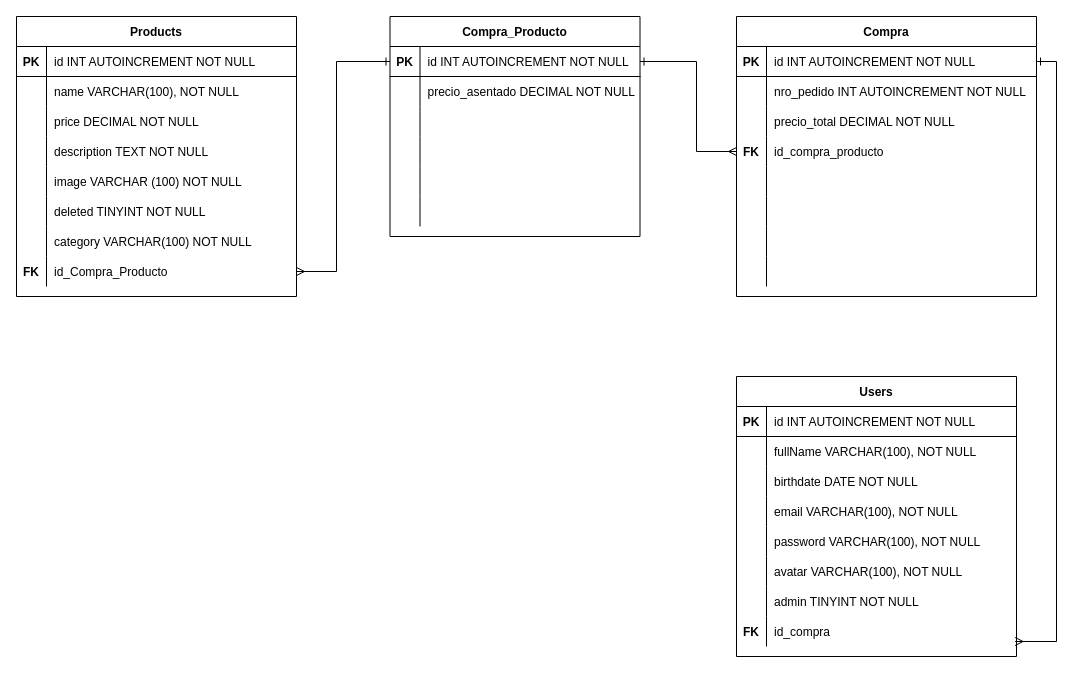
The draw.io diagram .drawio in 0621CDFSNCN12LAED/grupo-07, before the edit. Source tidied: cells renumbered, new cells numbered last; positions are measured from the earlier drawing's top-left corner, leaving out a move shared by most shapes. Both pictures are drawn from the tidied source at 100%, with x=0, y=0 at pixel (16, 16).
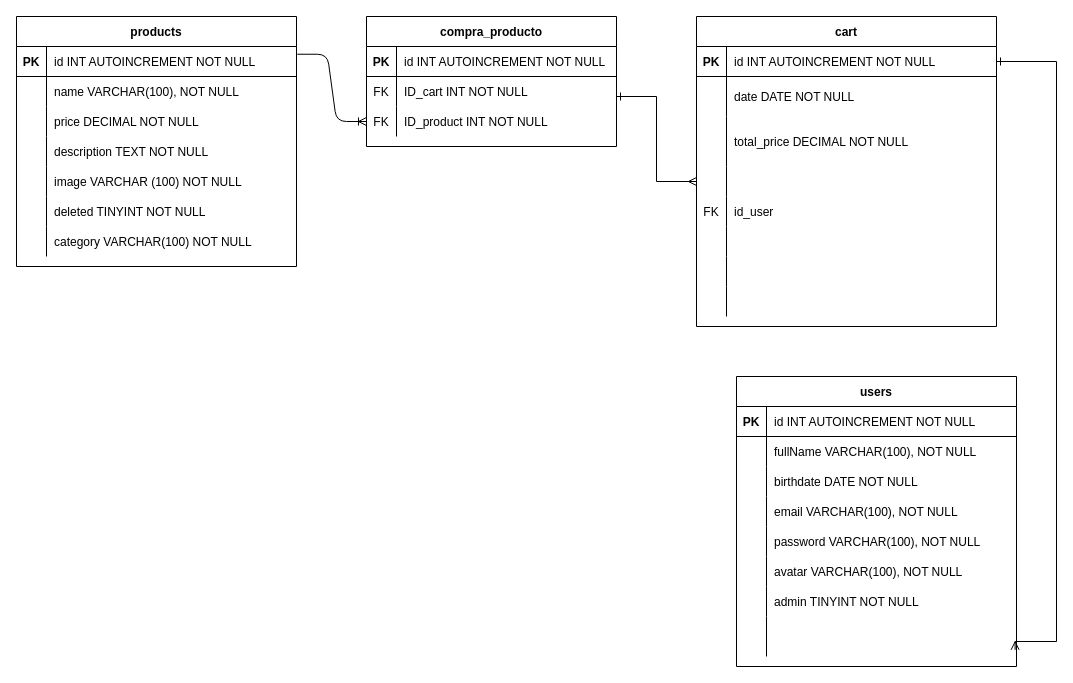
Above is the later version.

Unchanged cells that the change refers to:
```xml
<mxCell id="30" style="shape=partialRectangle;fillColor=none;top=0;left=0;bottom=1;right=0;points=[[0,0.5],[1,0.5]];portConstraint=eastwest;" parent="29" vertex="1">
  <mxGeometry y="30" width="280" height="30" as="geometry" />
</mxCell>
<mxCell id="80" style="shape=partialRectangle;fillColor=none;top=0;left=0;bottom=1;right=0;points=[[0,0.5],[1,0.5]];portConstraint=eastwest;" parent="79" vertex="1">
  <mxGeometry y="30" width="250" height="30" as="geometry" />
</mxCell>
```

Change to the diagram source:
```diff
@@
-    <mxCell id="3" value="Users" style="shape=table;startSize=30;childLayout=tableLayout;rowLines=0;fontStyle=1;align=center;" parent="1" vertex="1">
-      <mxGeometry x="720" y="360" width="280" height="280" as="geometry" />
+    <mxCell id="3" value="users" style="shape=table;startSize=30;childLayout=tableLayout;rowLines=0;fontStyle=1;align=center;" parent="1" vertex="1">
+      <mxGeometry x="720" y="360" width="280" height="290" as="geometry" />
     </mxCell>
@@
     <mxCell id="25" style="shape=partialRectangle;fillColor=none;top=0;left=0;bottom=0;right=0;points=[[0,0.5],[1,0.5]];portConstraint=eastwest;" parent="3" vertex="1">
-      <mxGeometry y="240" width="280" height="30" as="geometry" />
+      <mxGeometry y="240" width="280" height="40" as="geometry" />
     </mxCell>
-    <mxCell id="26" value="FK" style="shape=partialRectangle;fillColor=none;top=0;left=0;bottom=0;right=0;overflow=hidden;fontStyle=1;" parent="25" vertex="1">
-      <mxGeometry width="30" height="30" as="geometry" />
+    <mxCell id="26" style="shape=partialRectangle;fillColor=none;top=0;left=0;bottom=0;right=0;overflow=hidden;fontStyle=1;" parent="25" vertex="1">
+      <mxGeometry width="30" height="40" as="geometry" />
     </mxCell>
-    <mxCell id="27" value="id_compra" style="shape=partialRectangle;fillColor=none;top=0;left=0;bottom=0;right=0;align=left;spacingLeft=6;overflow=hidden;" parent="25" vertex="1">
-      <mxGeometry x="30" width="250" height="30" as="geometry" />
+    <mxCell id="27" style="shape=partialRectangle;fillColor=none;top=0;left=0;bottom=0;right=0;align=left;spacingLeft=6;overflow=hidden;" parent="25" vertex="1">
+      <mxGeometry x="30" width="250" height="40" as="geometry" />
     </mxCell>
-    <mxCell id="28" style="edgeStyle=orthogonalEdgeStyle;rounded=0;jettySize=auto;html=1;startArrow=ERmany;startFill=0;endArrow=ERone;endFill=0;exitX=1;exitY=0.5;exitDx=0;exitDy=0;entryX=0;entryY=0.5;entryDx=0;entryDy=0;" parent="1" edge="1" source="51" target="80">
+    <mxCell id="28" style="edgeStyle=orthogonalEdgeStyle;rounded=0;jettySize=auto;html=1;startArrow=ERmany;startFill=0;endArrow=ERone;endFill=0;exitX=1;exitY=0.5;exitDx=0;exitDy=0;entryX=0;entryY=0.5;entryDx=0;entryDy=0;" parent="1" edge="1" target="80">
       <mxGeometry relative="1" as="geometry">
         <Array as="points">
           <mxPoint x="320" y="255" />
           <mxPoint x="320" y="45" />
         </Array>
       </mxGeometry>
     </mxCell>
-    <mxCell id="29" value="Products" style="shape=table;startSize=30;childLayout=tableLayout;rowLines=0;fontStyle=1;align=center;" parent="1" vertex="1">
-      <mxGeometry width="280" height="280" as="geometry" />
+    <mxCell id="29" value="products" style="shape=table;startSize=30;childLayout=tableLayout;rowLines=0;fontStyle=1;align=center;" parent="1" vertex="1">
+      <mxGeometry width="280" height="250" as="geometry" />
     </mxCell>
@@
-    <mxCell id="51" style="shape=partialRectangle;fillColor=none;top=0;left=0;bottom=0;right=0;points=[[0,0.5],[1,0.5]];portConstraint=eastwest;" parent="29" vertex="1">
-      <mxGeometry y="240" width="280" height="30" as="geometry" />
-    </mxCell>
-    <mxCell id="52" value="FK" style="shape=partialRectangle;fillColor=none;top=0;left=0;bottom=0;right=0;overflow=hidden;fontStyle=1;" parent="51" vertex="1">
-      <mxGeometry width="30" height="30" as="geometry" />
-    </mxCell>
-    <mxCell id="53" value="id_Compra_Producto" style="shape=partialRectangle;fillColor=none;top=0;left=0;bottom=0;right=0;align=left;spacingLeft=6;overflow=hidden;" parent="51" vertex="1">
-      <mxGeometry x="30" width="250" height="30" as="geometry" />
-    </mxCell>
-    <mxCell id="54" value="Compra" style="shape=table;startSize=30;childLayout=tableLayout;rowLines=0;fontStyle=1;align=center;" parent="1" vertex="1">
-      <mxGeometry x="720" width="300" height="280" as="geometry" />
+    <mxCell id="54" value="cart" style="shape=table;startSize=30;childLayout=tableLayout;rowLines=0;fontStyle=1;align=center;" parent="1" vertex="1">
+      <mxGeometry x="680" width="300" height="310" as="geometry" />
     </mxCell>
@@
     <mxCell id="58" style="shape=partialRectangle;fillColor=none;top=0;left=0;bottom=0;right=0;" parent="54" vertex="1">
-      <mxGeometry y="60" width="300" height="30" as="geometry" />
+      <mxGeometry y="60" width="300" height="40" as="geometry" />
     </mxCell>
     <mxCell id="59" style="shape=partialRectangle;fillColor=none;top=0;left=0;bottom=0;right=0;overflow=hidden;" parent="58" vertex="1">
-      <mxGeometry width="30" height="30" as="geometry" />
+      <mxGeometry width="30" height="40" as="geometry" />
     </mxCell>
-    <mxCell id="60" value="nro_pedido INT AUTOINCREMENT NOT NULL" style="shape=partialRectangle;fillColor=none;top=0;left=0;bottom=0;right=0;align=left;spacingLeft=6;overflow=hidden;" parent="58" vertex="1">
-      <mxGeometry x="30" width="270" height="30" as="geometry" />
+    <mxCell id="60" value="date DATE NOT NULL" style="shape=partialRectangle;fillColor=none;top=0;left=0;bottom=0;right=0;align=left;spacingLeft=6;overflow=hidden;" parent="58" vertex="1">
+      <mxGeometry x="30" width="270" height="40" as="geometry" />
     </mxCell>
     <mxCell id="61" style="shape=partialRectangle;fillColor=none;top=0;left=0;bottom=0;right=0;" parent="54" vertex="1">
-      <mxGeometry y="90" width="300" height="30" as="geometry" />
+      <mxGeometry y="100" width="300" height="50" as="geometry" />
     </mxCell>
     <mxCell id="62" style="shape=partialRectangle;fillColor=none;top=0;left=0;bottom=0;right=0;overflow=hidden;" parent="61" vertex="1">
-      <mxGeometry width="30" height="30" as="geometry" />
+      <mxGeometry width="30" height="50" as="geometry" />
     </mxCell>
-    <mxCell id="63" value="precio_total DECIMAL NOT NULL" style="shape=partialRectangle;fillColor=none;top=0;left=0;bottom=0;right=0;align=left;spacingLeft=6;overflow=hidden;" parent="61" vertex="1">
-      <mxGeometry x="30" width="270" height="30" as="geometry" />
+    <mxCell id="63" value="total_price DECIMAL NOT NULL" style="shape=partialRectangle;fillColor=none;top=0;left=0;bottom=0;right=0;align=left;spacingLeft=6;overflow=hidden;" parent="61" vertex="1">
+      <mxGeometry x="30" width="270" height="50" as="geometry" />
     </mxCell>
     <mxCell id="64" style="shape=partialRectangle;fillColor=none;top=0;left=0;bottom=0;right=0;points=[[0,0.5],[1,0.5]];portConstraint=eastwest;" parent="54" vertex="1">
-      <mxGeometry y="120" width="300" height="30" as="geometry" />
+      <mxGeometry y="150" width="300" height="30" as="geometry" />
     </mxCell>
-    <mxCell id="65" value="FK" style="shape=partialRectangle;fillColor=none;top=0;left=0;bottom=0;right=0;overflow=hidden;fontStyle=1;" parent="64" vertex="1">
+    <mxCell id="65" style="shape=partialRectangle;fillColor=none;top=0;left=0;bottom=0;right=0;overflow=hidden;fontStyle=1;" parent="64" vertex="1">
       <mxGeometry width="30" height="30" as="geometry" />
     </mxCell>
-    <mxCell id="66" value="id_compra_producto" style="shape=partialRectangle;fillColor=none;top=0;left=0;bottom=0;right=0;align=left;spacingLeft=6;overflow=hidden;" parent="64" vertex="1">
+    <mxCell id="66" style="shape=partialRectangle;fillColor=none;top=0;left=0;bottom=0;right=0;align=left;spacingLeft=6;overflow=hidden;" parent="64" vertex="1">
       <mxGeometry x="30" width="270" height="30" as="geometry" />
     </mxCell>
     <mxCell id="67" style="shape=partialRectangle;fillColor=none;top=0;left=0;bottom=0;right=0;" parent="54" vertex="1">
-      <mxGeometry y="150" width="300" height="30" as="geometry" />
+      <mxGeometry y="180" width="300" height="30" as="geometry" />
     </mxCell>
-    <mxCell id="68" style="shape=partialRectangle;fillColor=none;top=0;left=0;bottom=0;right=0;overflow=hidden;" parent="67" vertex="1">
+    <mxCell id="68" value="FK" style="shape=partialRectangle;fillColor=none;top=0;left=0;bottom=0;right=0;overflow=hidden;" parent="67" vertex="1">
       <mxGeometry width="30" height="30" as="geometry" />
     </mxCell>
-    <mxCell id="69" style="shape=partialRectangle;fillColor=none;top=0;left=0;bottom=0;right=0;align=left;spacingLeft=6;overflow=hidden;" parent="67" vertex="1">
+    <mxCell id="69" value="id_user" style="shape=partialRectangle;fillColor=none;top=0;left=0;bottom=0;right=0;align=left;spacingLeft=6;overflow=hidden;" parent="67" vertex="1">
       <mxGeometry x="30" width="270" height="30" as="geometry" />
     </mxCell>
     <mxCell id="70" style="shape=partialRectangle;fillColor=none;top=0;left=0;bottom=0;right=0;" parent="54" vertex="1">
-      <mxGeometry y="180" width="300" height="30" as="geometry" />
+      <mxGeometry y="210" width="300" height="30" as="geometry" />
     </mxCell>
@@
     <mxCell id="73" style="shape=partialRectangle;fillColor=none;top=0;left=0;bottom=0;right=0;" parent="54" vertex="1">
-      <mxGeometry y="210" width="300" height="30" as="geometry" />
+      <mxGeometry y="240" width="300" height="30" as="geometry" />
     </mxCell>
@@
     <mxCell id="76" style="shape=partialRectangle;fillColor=none;top=0;left=0;bottom=0;right=0;" parent="54" vertex="1">
-      <mxGeometry y="240" width="300" height="30" as="geometry" />
+      <mxGeometry y="270" width="300" height="30" as="geometry" />
     </mxCell>
@@
-    <mxCell id="79" value="Compra_Producto" style="shape=table;startSize=30;childLayout=tableLayout;rowLines=0;fontStyle=1;align=center;" parent="1" vertex="1">
-      <mxGeometry x="373.5" width="250" height="220" as="geometry" />
+    <mxCell id="79" value="compra_producto" style="shape=table;startSize=30;childLayout=tableLayout;rowLines=0;fontStyle=1;align=center;" parent="1" vertex="1">
+      <mxGeometry x="350" width="250" height="130" as="geometry" />
     </mxCell>
@@
-    <mxCell id="83" style="shape=partialRectangle;fillColor=none;top=0;left=0;bottom=0;right=0;" parent="79" vertex="1">
-      <mxGeometry y="60" width="250" height="30" as="geometry" />
-    </mxCell>
-    <mxCell id="84" style="shape=partialRectangle;fillColor=none;top=0;left=0;bottom=0;right=0;overflow=hidden;" parent="83" vertex="1">
-      <mxGeometry width="30" height="30" as="geometry" />
-    </mxCell>
-    <mxCell id="85" value="precio_asentado DECIMAL NOT NULL" style="shape=partialRectangle;fillColor=none;top=0;left=0;bottom=0;right=0;align=left;spacingLeft=6;overflow=hidden;" parent="83" vertex="1">
-      <mxGeometry x="30" width="220" height="30" as="geometry" />
-    </mxCell>
     <mxCell id="86" style="shape=partialRectangle;fillColor=none;top=0;left=0;bottom=0;right=0;points=[[0,0.5],[1,0.5]];portConstraint=eastwest;" parent="79" vertex="1">
-      <mxGeometry y="90" width="250" height="30" as="geometry" />
+      <mxGeometry y="60" width="250" height="30" as="geometry" />
     </mxCell>
-    <mxCell id="87" style="shape=partialRectangle;fillColor=none;top=0;left=0;bottom=0;right=0;overflow=hidden;" parent="86" vertex="1">
+    <mxCell id="87" value="FK" style="shape=partialRectangle;fillColor=none;top=0;left=0;bottom=0;right=0;overflow=hidden;" parent="86" vertex="1">
       <mxGeometry width="30" height="30" as="geometry" />
     </mxCell>
-    <mxCell id="88" style="shape=partialRectangle;fillColor=none;top=0;left=0;bottom=0;right=0;align=left;spacingLeft=6;overflow=hidden;" parent="86" vertex="1">
+    <mxCell id="88" value="ID_cart INT NOT NULL " style="shape=partialRectangle;fillColor=none;top=0;left=0;bottom=0;right=0;align=left;spacingLeft=6;overflow=hidden;" parent="86" vertex="1">
       <mxGeometry x="30" width="220" height="30" as="geometry" />
     </mxCell>
     <mxCell id="89" style="shape=partialRectangle;fillColor=none;top=0;left=0;bottom=0;right=0;points=[[0,0.5],[1,0.5]];portConstraint=eastwest;" parent="79" vertex="1">
-      <mxGeometry y="120" width="250" height="30" as="geometry" />
+      <mxGeometry y="90" width="250" height="30" as="geometry" />
     </mxCell>
-    <mxCell id="90" style="shape=partialRectangle;fillColor=none;top=0;left=0;bottom=0;right=0;overflow=hidden;" parent="89" vertex="1">
+    <mxCell id="90" value="FK" style="shape=partialRectangle;fillColor=none;top=0;left=0;bottom=0;right=0;overflow=hidden;" parent="89" vertex="1">
       <mxGeometry width="30" height="30" as="geometry" />
     </mxCell>
-    <mxCell id="91" style="shape=partialRectangle;fillColor=none;top=0;left=0;bottom=0;right=0;align=left;spacingLeft=6;overflow=hidden;" parent="89" vertex="1">
+    <mxCell id="91" value="ID_product INT NOT NULL" style="shape=partialRectangle;fillColor=none;top=0;left=0;bottom=0;right=0;align=left;spacingLeft=6;overflow=hidden;" parent="89" vertex="1">
       <mxGeometry x="30" width="220" height="30" as="geometry" />
     </mxCell>
-    <mxCell id="92" style="shape=partialRectangle;fillColor=none;top=0;left=0;bottom=0;right=0;" parent="79" vertex="1">
-      <mxGeometry y="150" width="250" height="30" as="geometry" />
-    </mxCell>
-    <mxCell id="93" style="shape=partialRectangle;fillColor=none;top=0;left=0;bottom=0;right=0;overflow=hidden;" parent="92" vertex="1">
-      <mxGeometry width="30" height="30" as="geometry" />
-    </mxCell>
-    <mxCell id="94" style="shape=partialRectangle;fillColor=none;top=0;left=0;bottom=0;right=0;align=left;spacingLeft=6;overflow=hidden;" parent="92" vertex="1">
-      <mxGeometry x="30" width="220" height="30" as="geometry" />
-    </mxCell>
-    <mxCell id="95" style="shape=partialRectangle;fillColor=none;top=0;left=0;bottom=0;right=0;" parent="79" vertex="1">
-      <mxGeometry y="180" width="250" height="30" as="geometry" />
-    </mxCell>
-    <mxCell id="96" style="shape=partialRectangle;fillColor=none;top=0;left=0;bottom=0;right=0;overflow=hidden;" parent="95" vertex="1">
-      <mxGeometry width="30" height="30" as="geometry" />
-    </mxCell>
-    <mxCell id="97" style="shape=partialRectangle;fillColor=none;top=0;left=0;bottom=0;right=0;align=left;spacingLeft=6;overflow=hidden;" parent="95" vertex="1">
-      <mxGeometry x="30" width="220" height="30" as="geometry" />
-    </mxCell>
-    <mxCell id="98" style="edgeStyle=orthogonalEdgeStyle;rounded=0;jettySize=auto;html=1;startArrow=ERmany;startFill=0;endArrow=ERone;endFill=0;exitX=0;exitY=0.5;exitDx=0;exitDy=0;entryX=1;entryY=0.5;entryDx=0;entryDy=0;" parent="1" edge="1" source="64" target="80">
+    <mxCell id="98" style="edgeStyle=orthogonalEdgeStyle;rounded=0;jettySize=auto;html=1;startArrow=ERmany;startFill=0;endArrow=ERone;endFill=0;exitX=0;exitY=0.5;exitDx=0;exitDy=0;" parent="1" edge="1" source="64" target="86">
       <mxGeometry relative="1" as="geometry">
         <Array as="points">
-          <mxPoint x="680" y="135" />
-          <mxPoint x="680" y="45" />
+          <mxPoint x="640" y="165" />
+          <mxPoint x="640" y="80" />
         </Array>
       </mxGeometry>
     </mxCell>
+    <mxCell id="99" style="edgeStyle=entityRelationEdgeStyle;fontSize=12;html=1;endArrow=ERoneToMany;exitX=1.003;exitY=0.258;exitDx=0;exitDy=0;exitPerimeter=0;entryX=0;entryY=0.5;entryDx=0;entryDy=0;" parent="1" edge="1" source="30" target="89">
+      <mxGeometry relative="1" as="geometry" />
+    </mxCell>
```
